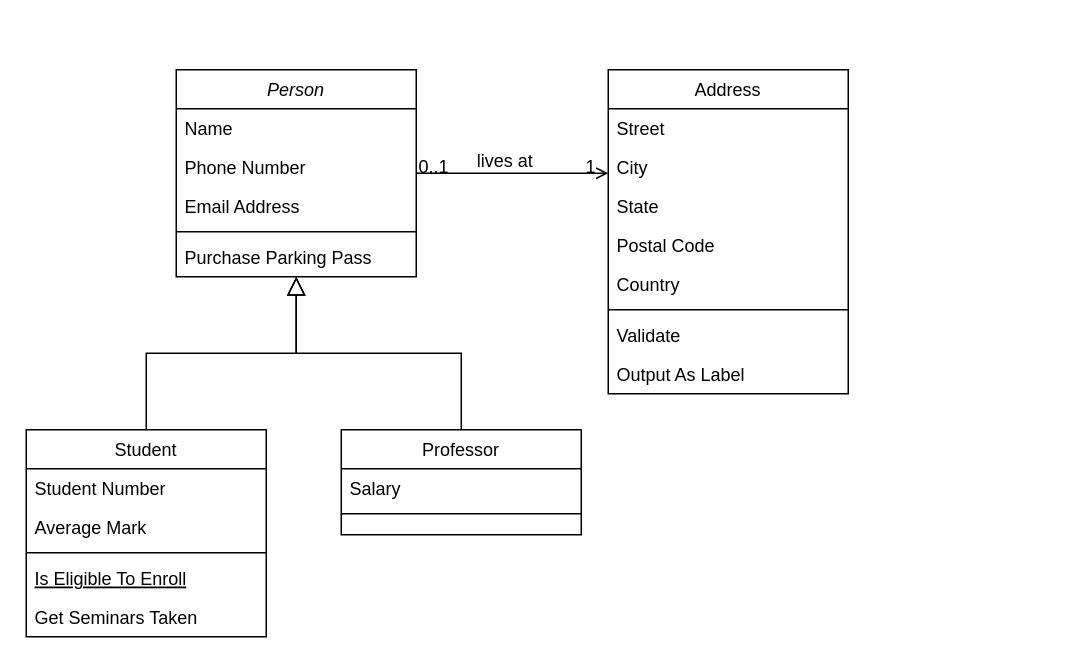
The draw.io diagram Diagrama sem nome.drawio in larissafernandesribas/POO-AgendaApp, before the edit. Source tidied: cells renumbered, new cells numbered last; positions are measured from the earlier drawing's top-left corner, leaving out a move shared by most shapes. Both pictures are drawn from the tidied source at 150%, with x=0, y=0 at pixel (26, 69).
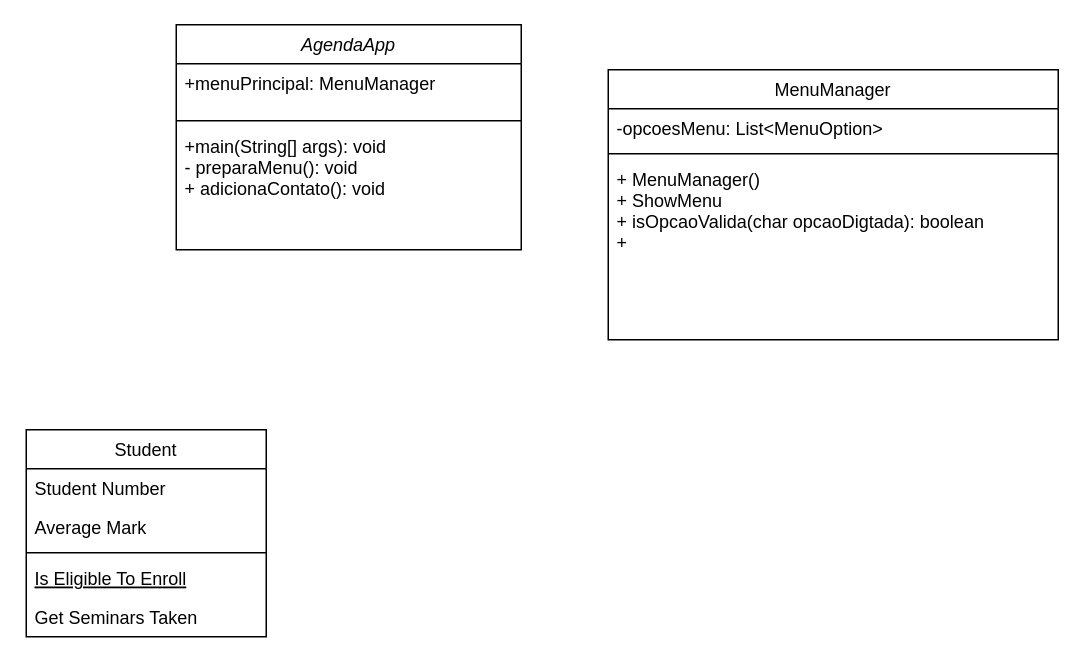
After the change.

Unchanged cells that the change refers to:
```xml
<mxCell id="8" value="Student" style="swimlane;fontStyle=0;align=center;verticalAlign=top;horizontal=1;startSize=26;rounded=0;shadow=0;strokeWidth=1;" parent="1" vertex="1">
  <mxGeometry y="240" width="160" height="138" as="geometry" />
</mxCell>
```

Change to the diagram source:
```diff
@@
-    <mxCell id="2" value="Person" style="swimlane;fontStyle=2;align=center;verticalAlign=top;horizontal=1;startSize=26;rounded=0;shadow=0;strokeWidth=1;" parent="1" vertex="1">
-      <mxGeometry x="100" width="160" height="138" as="geometry" />
+    <mxCell id="2" value="AgendaApp" style="swimlane;fontStyle=2;align=center;verticalAlign=top;horizontal=1;startSize=26;rounded=0;shadow=0;strokeWidth=1;" parent="1" vertex="1">
+      <mxGeometry x="100" y="-30" width="230" height="150" as="geometry" />
     </mxCell>
-    <mxCell id="3" value="Name" style="text;align=left;verticalAlign=top;spacingLeft=4;spacingRight=4;overflow=hidden;" parent="2" vertex="1">
-      <mxGeometry y="26" width="160" height="26" as="geometry" />
+    <mxCell id="3" value="+menuPrincipal: MenuManager&#10;&#10;" style="text;align=left;verticalAlign=top;spacingLeft=4;spacingRight=4;overflow=hidden;fillColor=none;" parent="2" vertex="1">
+      <mxGeometry y="26" width="230" height="34" as="geometry" />
     </mxCell>
-    <mxCell id="4" value="Phone Number" style="text;align=left;verticalAlign=top;spacingLeft=4;spacingRight=4;overflow=hidden;rounded=0;shadow=0;html=0;" parent="2" vertex="1">
-      <mxGeometry y="52" width="160" height="26" as="geometry" />
-    </mxCell>
-    <mxCell id="5" value="Email Address" style="text;align=left;verticalAlign=top;spacingLeft=4;spacingRight=4;overflow=hidden;rounded=0;shadow=0;html=0;" parent="2" vertex="1">
-      <mxGeometry y="78" width="160" height="26" as="geometry" />
-    </mxCell>
     <mxCell id="6" style="line;html=1;strokeWidth=1;align=left;verticalAlign=middle;spacingTop=-1;spacingLeft=3;spacingRight=3;labelPosition=right;" parent="2" vertex="1">
-      <mxGeometry y="104" width="160" height="8" as="geometry" />
+      <mxGeometry y="60" width="230" height="8" as="geometry" />
     </mxCell>
-    <mxCell id="7" value="Purchase Parking Pass" style="text;align=left;verticalAlign=top;spacingLeft=4;spacingRight=4;overflow=hidden;" parent="2" vertex="1">
-      <mxGeometry y="112" width="160" height="26" as="geometry" />
+    <mxCell id="7" value="+main(String[] args): void&#10;- preparaMenu(): void&#10;+ adicionaContato(): void&#10;" style="text;align=left;verticalAlign=top;spacingLeft=4;spacingRight=4;overflow=hidden;" parent="2" vertex="1">
+      <mxGeometry y="68" width="230" height="82" as="geometry" />
     </mxCell>
@@
-    <mxCell id="14" style="endArrow=block;endSize=10;endFill=0;shadow=0;strokeWidth=1;rounded=0;curved=0;edgeStyle=elbowEdgeStyle;elbow=vertical;" parent="1" edge="1" source="8" target="2">
-      <mxGeometry relative="1" as="geometry" />
-    </mxCell>
-    <mxCell id="15" value="Professor" style="swimlane;fontStyle=0;align=center;verticalAlign=top;horizontal=1;startSize=26;rounded=0;shadow=0;strokeWidth=1;" parent="1" vertex="1">
-      <mxGeometry x="210" y="240" width="160" height="70" as="geometry" />
-    </mxCell>
-    <mxCell id="16" value="Salary" style="text;align=left;verticalAlign=top;spacingLeft=4;spacingRight=4;overflow=hidden;" parent="15" vertex="1">
-      <mxGeometry y="26" width="160" height="26" as="geometry" />
-    </mxCell>
-    <mxCell id="17" style="line;html=1;strokeWidth=1;align=left;verticalAlign=middle;spacingTop=-1;spacingLeft=3;spacingRight=3;labelPosition=right;" parent="15" vertex="1">
-      <mxGeometry y="52" width="160" height="8" as="geometry" />
-    </mxCell>
-    <mxCell id="18" style="endArrow=block;endSize=10;endFill=0;shadow=0;strokeWidth=1;rounded=0;curved=0;edgeStyle=elbowEdgeStyle;elbow=vertical;" parent="1" edge="1" source="15" target="2">
-      <mxGeometry relative="1" as="geometry" />
-    </mxCell>
-    <mxCell id="19" value="Address" style="swimlane;fontStyle=0;align=center;verticalAlign=top;horizontal=1;startSize=26;rounded=0;shadow=0;strokeWidth=1;" parent="1" vertex="1">
-      <mxGeometry x="388" width="160" height="216" as="geometry" />
+    <mxCell id="19" value="MenuManager" style="swimlane;fontStyle=0;align=center;verticalAlign=top;horizontal=1;startSize=26;rounded=0;shadow=0;strokeWidth=1;" parent="1" vertex="1">
+      <mxGeometry x="388" width="300" height="180" as="geometry" />
     </mxCell>
-    <mxCell id="20" value="Street" style="text;align=left;verticalAlign=top;spacingLeft=4;spacingRight=4;overflow=hidden;" parent="19" vertex="1">
-      <mxGeometry y="26" width="160" height="26" as="geometry" />
+    <mxCell id="20" value="-opcoesMenu: List&lt;MenuOption&gt;" style="text;align=left;verticalAlign=top;spacingLeft=4;spacingRight=4;overflow=hidden;" parent="19" vertex="1">
+      <mxGeometry y="26" width="300" height="26" as="geometry" />
     </mxCell>
-    <mxCell id="21" value="City" style="text;align=left;verticalAlign=top;spacingLeft=4;spacingRight=4;overflow=hidden;rounded=0;shadow=0;html=0;" parent="19" vertex="1">
-      <mxGeometry y="52" width="160" height="26" as="geometry" />
-    </mxCell>
-    <mxCell id="22" value="State" style="text;align=left;verticalAlign=top;spacingLeft=4;spacingRight=4;overflow=hidden;rounded=0;shadow=0;html=0;" parent="19" vertex="1">
-      <mxGeometry y="78" width="160" height="26" as="geometry" />
-    </mxCell>
-    <mxCell id="23" value="Postal Code" style="text;align=left;verticalAlign=top;spacingLeft=4;spacingRight=4;overflow=hidden;rounded=0;shadow=0;html=0;" parent="19" vertex="1">
-      <mxGeometry y="104" width="160" height="26" as="geometry" />
-    </mxCell>
-    <mxCell id="24" value="Country" style="text;align=left;verticalAlign=top;spacingLeft=4;spacingRight=4;overflow=hidden;rounded=0;shadow=0;html=0;" parent="19" vertex="1">
-      <mxGeometry y="130" width="160" height="26" as="geometry" />
-    </mxCell>
     <mxCell id="25" style="line;html=1;strokeWidth=1;align=left;verticalAlign=middle;spacingTop=-1;spacingLeft=3;spacingRight=3;labelPosition=right;" parent="19" vertex="1">
-      <mxGeometry y="156" width="160" height="8" as="geometry" />
+      <mxGeometry y="52" width="300" height="8" as="geometry" />
     </mxCell>
-    <mxCell id="26" value="Validate" style="text;align=left;verticalAlign=top;spacingLeft=4;spacingRight=4;overflow=hidden;" parent="19" vertex="1">
-      <mxGeometry y="164" width="160" height="26" as="geometry" />
+    <mxCell id="26" value="+ MenuManager()&#10;+ ShowMenu&#10;+ isOpcaoValida(char opcaoDigtada): boolean&#10;+ &#10; " style="text;align=left;verticalAlign=top;spacingLeft=4;spacingRight=4;overflow=hidden;" parent="19" vertex="1">
+      <mxGeometry y="60" width="300" height="120" as="geometry" />
     </mxCell>
-    <mxCell id="27" value="Output As Label" style="text;align=left;verticalAlign=top;spacingLeft=4;spacingRight=4;overflow=hidden;" parent="19" vertex="1">
-      <mxGeometry y="190" width="160" height="26" as="geometry" />
-    </mxCell>
-    <mxCell id="28" style="endArrow=open;shadow=0;strokeWidth=1;rounded=0;curved=0;endFill=1;edgeStyle=elbowEdgeStyle;elbow=vertical;" parent="1" edge="1" source="2" target="19">
-      <mxGeometry x="0.5" y="41" relative="1" as="geometry">
-        <mxPoint x="-40" y="32" as="offset" />
-      </mxGeometry>
-    </mxCell>
-    <mxCell id="29" value="0..1" style="align=left;verticalAlign=bottom;labelBackgroundColor=none;fontSize=12;" parent="28" vertex="1">
-      <mxGeometry x="-1" relative="1" as="geometry">
-        <mxPoint y="4" as="offset" />
-      </mxGeometry>
-    </mxCell>
-    <mxCell id="30" value="1" style="align=right;verticalAlign=bottom;labelBackgroundColor=none;fontSize=12;" parent="28" vertex="1">
-      <mxGeometry x="1" relative="1" as="geometry">
-        <mxPoint x="-7" y="4" as="offset" />
-      </mxGeometry>
-    </mxCell>
-    <mxCell id="31" value="lives at" style="text;html=1;align=center;verticalAlign=middle;labelBackgroundColor=none;rounded=0;shadow=0;strokeWidth=1;fontSize=12;" parent="28" vertex="1">
-      <mxGeometry x="0.5" y="49" relative="1" as="geometry">
-        <mxPoint x="-38" y="40" as="offset" />
-      </mxGeometry>
-    </mxCell>
```
